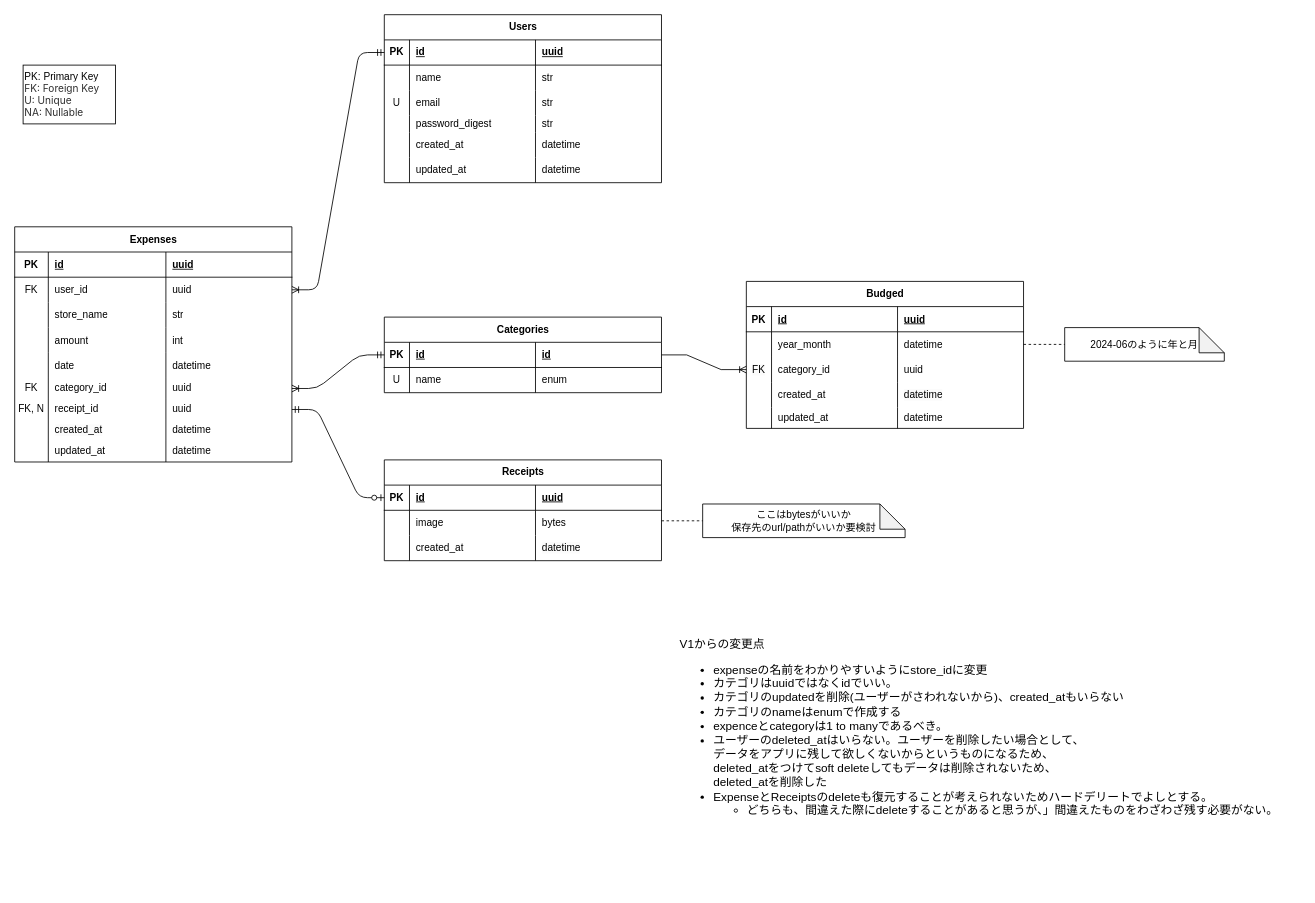
Before: architecture/ER/ER.drawio in ogaogs/receipt-scanner, a draw.io diagram. Source tidied: cells renumbered, new cells numbered last; positions are measured from the earlier drawing's top-left corner, leaving out a move shared by most shapes. Both pictures are drawn from the tidied source at 84%, with x=0, y=0 at pixel (14, 14).
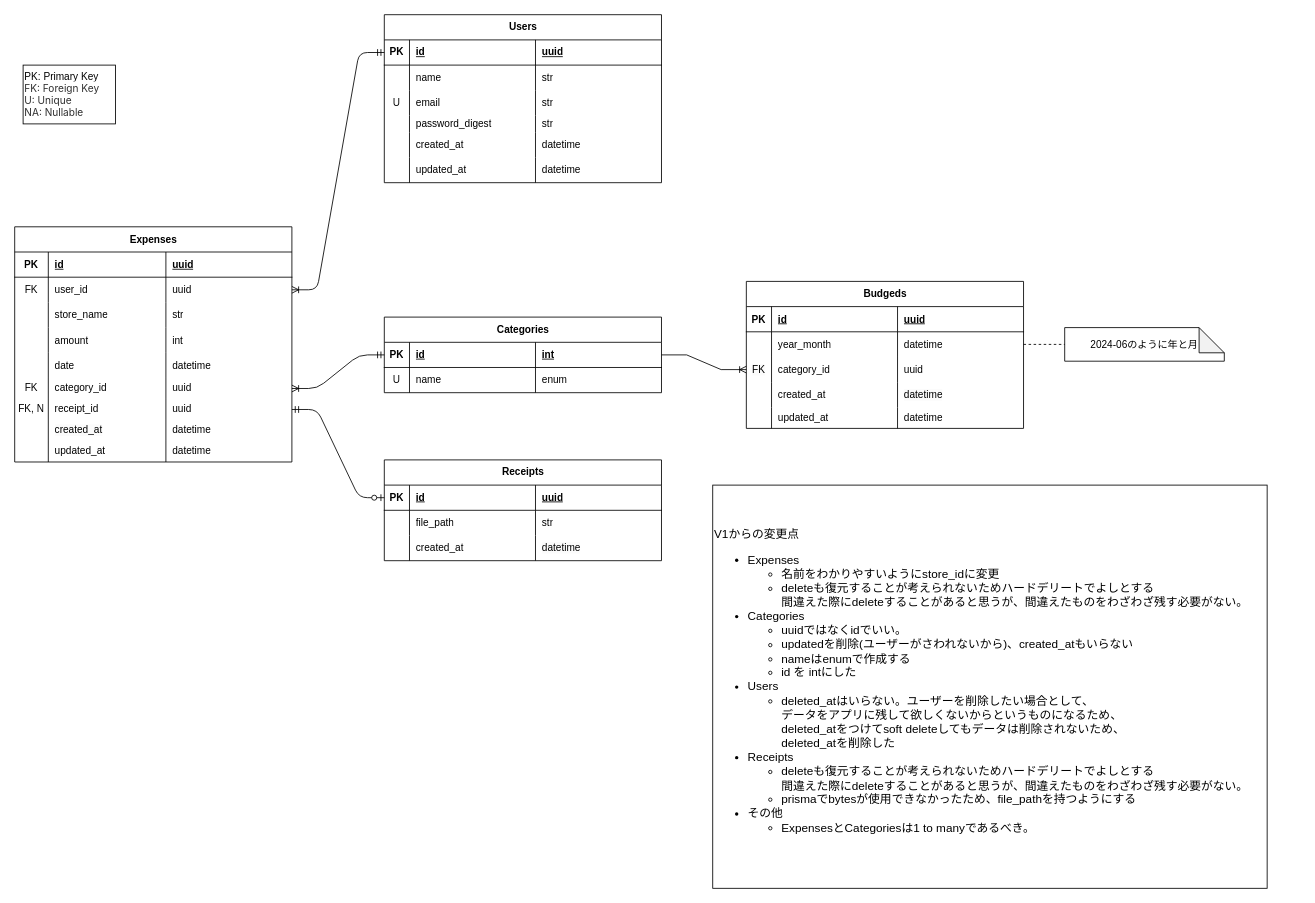
The same page after the edit.

Commit message (it also covers changes not shown here):
🗃️ Receiptsのimageを保存するDBをfile_pathに変更などER図v2を編集した (#30)

Unchanged cells that the change refers to:
```xml
<mxCell id="65" style="shape=tableRow;horizontal=0;startSize=0;swimlaneHead=0;swimlaneBody=0;fillColor=none;points=[[0,0.5],[1,0.5]];portConstraint=eastwest;top=0;left=0;right=0;bottom=1;" parent="64" vertex="1">
  <mxGeometry y="30" width="330" height="30" as="geometry" />
</mxCell>
<mxCell id="78" style="shape=tableRow;horizontal=0;startSize=0;swimlaneHead=0;swimlaneBody=0;fillColor=none;top=0;left=0;right=0;bottom=0;" parent="73" vertex="1">
  <mxGeometry y="60" width="330" height="30" as="geometry" />
</mxCell>
```

The edit, as a diff of the source:
```diff
@@
-    <mxCell id="68" value="id" style="shape=partialRectangle;fillColor=none;top=0;left=0;bottom=0;right=0;align=left;spacingLeft=6;fontStyle=5;overflow=hidden;whiteSpace=wrap;html=1;" parent="65" vertex="1">
+    <mxCell id="68" value="int" style="shape=partialRectangle;fillColor=none;top=0;left=0;bottom=0;right=0;align=left;spacingLeft=6;fontStyle=5;overflow=hidden;whiteSpace=wrap;html=1;" parent="65" vertex="1">
       <mxGeometry x="180" width="150" height="30" as="geometry" />
     </mxCell>
@@
-    <mxCell id="80" value="image" style="shape=partialRectangle;fillColor=none;top=0;left=0;bottom=0;right=0;align=left;spacingLeft=6;overflow=hidden;whiteSpace=wrap;html=1;" parent="78" vertex="1">
+    <mxCell id="80" value="file_path" style="shape=partialRectangle;fillColor=none;top=0;left=0;bottom=0;right=0;align=left;spacingLeft=6;overflow=hidden;whiteSpace=wrap;html=1;" parent="78" vertex="1">
       <mxGeometry x="30" width="150" height="30" as="geometry" />
     </mxCell>
-    <mxCell id="81" value="bytes" style="shape=partialRectangle;fillColor=none;top=0;left=0;bottom=0;right=0;align=left;spacingLeft=6;overflow=hidden;whiteSpace=wrap;html=1;" parent="78" vertex="1">
+    <mxCell id="81" value="str" style="shape=partialRectangle;fillColor=none;top=0;left=0;bottom=0;right=0;align=left;spacingLeft=6;overflow=hidden;whiteSpace=wrap;html=1;" parent="78" vertex="1">
       <mxGeometry x="180" width="150" height="30" as="geometry" />
     </mxCell>
@@
-    <mxCell id="86" value="Budged" style="shape=table;startSize=30;childLayout=tableLayout;rowLines=0;fontStyle=1;align=center;html=1;" parent="1" vertex="1">
+    <mxCell id="86" value="Budgeds" style="shape=table;startSize=30;childLayout=tableLayout;rowLines=0;fontStyle=1;align=center;html=1;" parent="1" vertex="1">
       <mxGeometry x="871" y="317.5" width="330" height="175" as="geometry" />
     </mxCell>
@@
-    <mxCell id="108" value="&lt;div style=&quot;font-size: 14px;&quot;&gt;V1からの変更点&lt;/div&gt;&lt;ul style=&quot;font-size: 14px;&quot;&gt;&lt;li style=&quot;font-size: 14px;&quot;&gt;expenseの名前をわかりやすいようにstore_idに変更&lt;/li&gt;&lt;li style=&quot;font-size: 14px;&quot;&gt;カテゴリはuuidではなくidでいい。&lt;/li&gt;&lt;li style=&quot;font-size: 14px;&quot;&gt;&lt;span style=&quot;background-color: initial; font-size: 14px;&quot;&gt;カテゴリのupdatedを削除(ユーザーがさわれないから)、created_atもいらない&lt;/span&gt;&lt;/li&gt;&lt;li style=&quot;font-size: 14px;&quot;&gt;&lt;span style=&quot;background-color: initial; font-size: 14px;&quot;&gt;カテゴリのnameはenumで作成する&lt;/span&gt;&lt;/li&gt;&lt;li style=&quot;font-size: 14px;&quot;&gt;expenceとcategoryは1 to manyであるべき。&lt;/li&gt;&lt;li style=&quot;font-size: 14px;&quot;&gt;ユーザーのdeleted_atはいらない。ユーザーを削除したい場合として、&lt;br style=&quot;font-size: 14px;&quot;&gt;データをアプリに残して欲しくないからというものになるため、&lt;br style=&quot;font-size: 14px;&quot;&gt;deleted_atをつけてsoft deleteしてもデータは削除されないため、&lt;br style=&quot;font-size: 14px;&quot;&gt;deleted_atを削除した&lt;/li&gt;&lt;li style=&quot;font-size: 14px;&quot;&gt;ExpenseとReceiptsのdeleteも復元することが考えられないためハードデリートでよしとする。&lt;/li&gt;&lt;ul style=&quot;font-size: 14px;&quot;&gt;&lt;li style=&quot;font-size: 14px;&quot;&gt;どちらも、間違えた際にdeleteすることがあると思うが、」間違えたものをわざわざ残す必要がない。&lt;/li&gt;&lt;/ul&gt;&lt;/ul&gt;" style="text;html=1;align=left;verticalAlign=middle;strokeColor=none;fillColor=none;fontSize=14;" parent="1" vertex="1">
-      <mxGeometry x="790" y="710" width="740" height="290" as="geometry" />
+    <mxCell id="108" value="&lt;div style=&quot;font-size: 14px;&quot;&gt;V1からの変更点&lt;/div&gt;&lt;ul style=&quot;&quot;&gt;&lt;li style=&quot;font-size: 14px;&quot;&gt;Expenses&lt;/li&gt;&lt;ul&gt;&lt;li style=&quot;font-size: 14px;&quot;&gt;名前をわかりやすいようにstore_idに変更&lt;/li&gt;&lt;li style=&quot;font-size: 14px;&quot;&gt;deleteも復元することが考えられないためハードデリートでよしとする&lt;br&gt;間違えた際にdeleteすることがあると思うが、間違えたものをわざわざ残す必要がない。&lt;/li&gt;&lt;/ul&gt;&lt;li style=&quot;font-size: 14px;&quot;&gt;Categories&lt;/li&gt;&lt;ul&gt;&lt;li style=&quot;font-size: 14px;&quot;&gt;uuidではなくidでいい。&lt;/li&gt;&lt;li style=&quot;font-size: 14px;&quot;&gt;updatedを削除(ユーザーがさわれないから)、created_atもいらない&lt;/li&gt;&lt;li style=&quot;font-size: 14px;&quot;&gt;nameはenumで作成する&lt;/li&gt;&lt;li style=&quot;font-size: 14px;&quot;&gt;id を intにした&lt;/li&gt;&lt;/ul&gt;&lt;li style=&quot;font-size: 14px;&quot;&gt;Users&lt;/li&gt;&lt;ul&gt;&lt;li style=&quot;font-size: 14px;&quot;&gt;deleted_atはいらない。ユーザーを削除したい場合として、&lt;br style=&quot;font-size: 14px;&quot;&gt;データをアプリに残して欲しくないからというものになるため、&lt;br style=&quot;font-size: 14px;&quot;&gt;deleted_atをつけてsoft deleteしてもデータは削除されないため、&lt;br style=&quot;font-size: 14px;&quot;&gt;deleted_atを削除した&lt;/li&gt;&lt;/ul&gt;&lt;li style=&quot;&quot;&gt;Receipts&lt;/li&gt;&lt;ul&gt;&lt;li style=&quot;border-color: var(--border-color);&quot;&gt;deleteも復元することが考えられないためハードデリートでよしとする&lt;br style=&quot;border-color: var(--border-color);&quot;&gt;間違えた際にdeleteすることがあると思うが、間違えたものをわざわざ残す必要がない。&lt;/li&gt;&lt;li&gt;prismaでbytesが使用できなかったため、file_pathを持つようにする&lt;/li&gt;&lt;/ul&gt;&lt;li&gt;その他&lt;/li&gt;&lt;ul&gt;&lt;li style=&quot;border-color: var(--border-color);&quot;&gt;ExpensesとCategoriesは1 to manyであるべき。&lt;br&gt;&lt;/li&gt;&lt;/ul&gt;&lt;/ul&gt;" style="text;html=1;align=left;verticalAlign=middle;strokeColor=default;fillColor=none;fontSize=14;" parent="1" vertex="1">
+      <mxGeometry x="831" y="560" width="660" height="480" as="geometry" />
     </mxCell>
@@
-    <mxCell id="115" value="ここはbytesがいいか&lt;br&gt;保存先のurl/pathがいいか要検討" style="shape=note;whiteSpace=wrap;html=1;backgroundOutline=1;darkOpacity=0.05;strokeColor=default;fontSize=12;" parent="1" vertex="1">
-      <mxGeometry x="819" y="582.5" width="241" height="40" as="geometry" />
-    </mxCell>
-    <mxCell id="116" style="endArrow=none;dashed=1;html=1;fontSize=12;exitX=1;exitY=0.5;exitDx=0;exitDy=0;entryX=0;entryY=0.5;entryDx=0;entryDy=0;entryPerimeter=0;" parent="1" edge="1" target="115">
-      <mxGeometry relative="1" as="geometry">
-        <mxPoint x="770" y="602.5" as="sourcePoint" />
-      </mxGeometry>
-    </mxCell>
```
